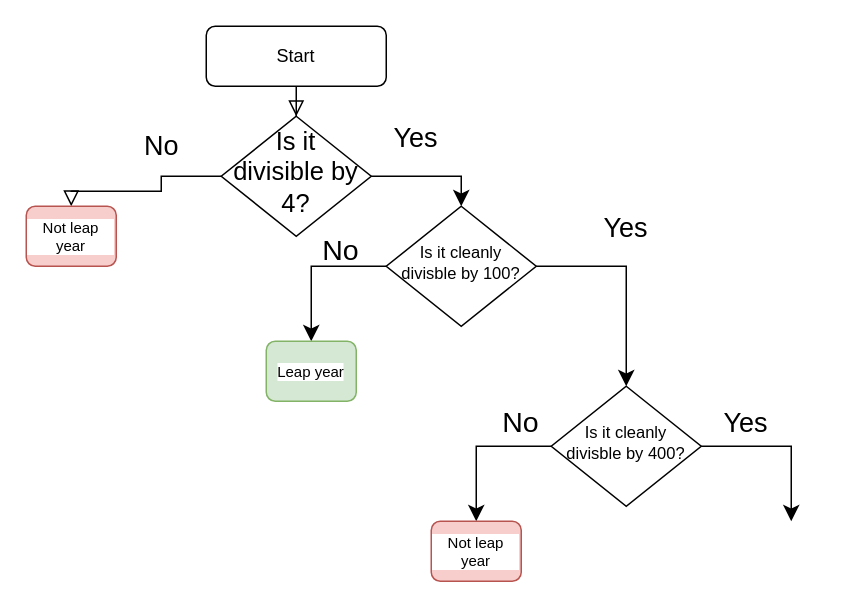
This is Untitled Diagram.drawio from whosaidcode/100days, a draw.io file, before an edit. Source tidied: cells renumbered, new cells numbered last; positions are measured from the earlier drawing's top-left corner, leaving out a move shared by most shapes. Both pictures are drawn from the tidied source at 150%, with x=0, y=0 at pixel (26, 26).
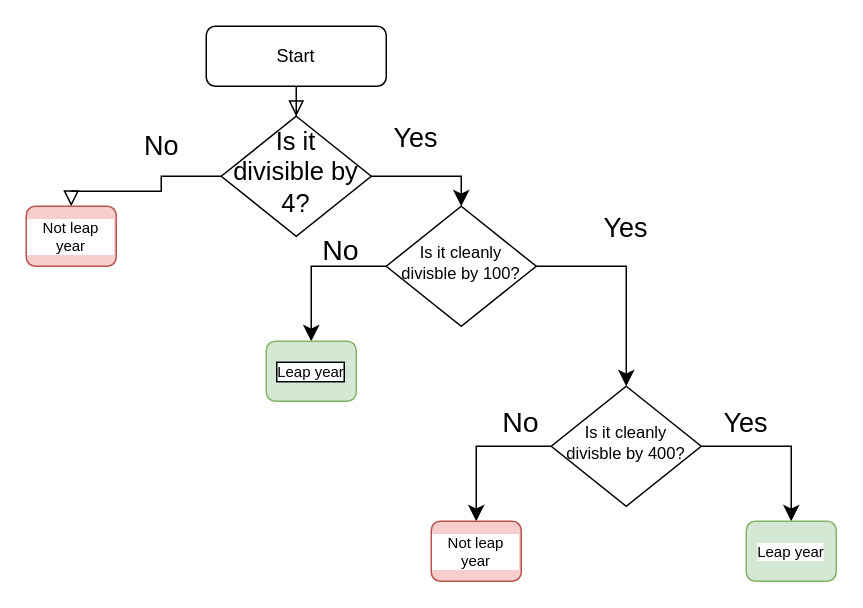
After the change.

What changed in the source:
```diff
@@
-    <mxCell id="14" value="Leap year" style="rounded=1;whiteSpace=wrap;html=1;fontSize=10;labelBackgroundColor=#FFFFFF;fillColor=#d5e8d4;strokeColor=#82b366;" parent="1" vertex="1">
+    <mxCell id="14" value="Leap year" style="rounded=1;whiteSpace=wrap;html=1;fontSize=10;labelBackgroundColor=#FFFFFF;fillColor=#d5e8d4;strokeColor=#82b366;labelBorderColor=default;glass=0;shadow=0;" parent="1" vertex="1">
       <mxGeometry x="160" y="210" width="60" height="40" as="geometry" />
     </mxCell>
@@
+    <mxCell id="21" value="Leap year" style="rounded=1;whiteSpace=wrap;html=1;fontSize=10;labelBackgroundColor=#FFFFFF;fillColor=#d5e8d4;strokeColor=#82b366;" parent="1" vertex="1">
+      <mxGeometry x="480" y="330" width="60" height="40" as="geometry" />
+    </mxCell>
```
